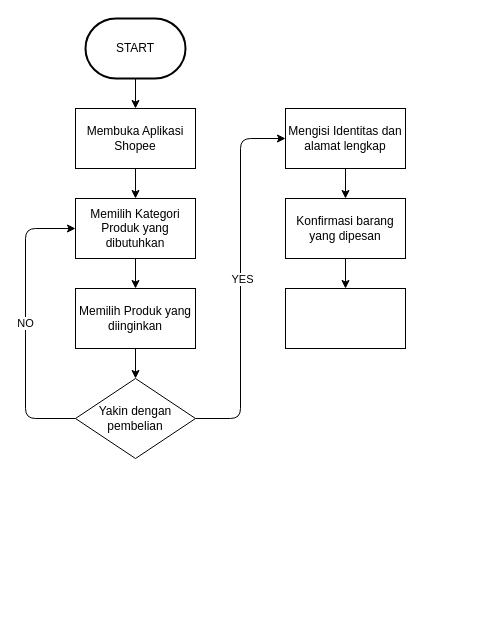
The draw.io diagram flowchart.drawio in AngelicaChristina/Angelica_Christina-Pembelian_Barang_Shopee, before the edit. Source tidied: cells renumbered, new cells numbered last; positions are measured from the earlier drawing's top-left corner, leaving out a move shared by most shapes. Both pictures are drawn from the tidied source at 100%, with x=0, y=0 at pixel (25, 18).
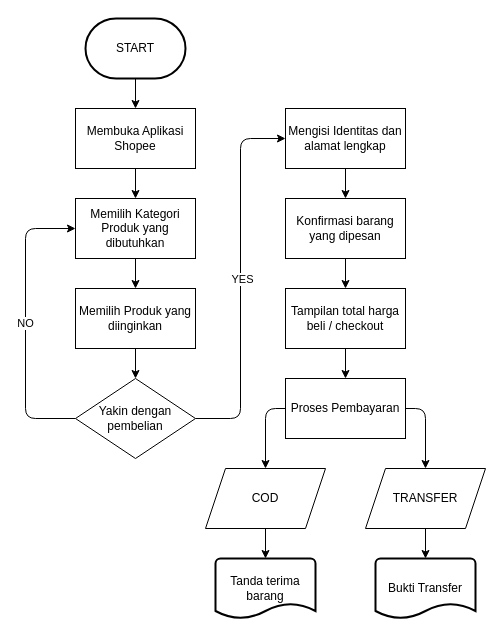
After the change.

Commit message:
Proses Pembayaran dan bukti

What changed in the source:
```diff
@@
+    <mxCell id="19" style="edgeStyle=orthogonalEdgeStyle;html=1;exitX=0.5;exitY=1;exitDx=0;exitDy=0;entryX=0.5;entryY=0;entryDx=0;entryDy=0;" parent="1" edge="1" source="18" target="22">
+      <mxGeometry relative="1" as="geometry" />
+    </mxCell>
-    <mxCell id="18" style="rounded=0;whiteSpace=wrap;html=1;" parent="1" vertex="1">
+    <mxCell id="18" value="Tampilan total harga beli / checkout" style="rounded=0;whiteSpace=wrap;html=1;" parent="1" vertex="1">
       <mxGeometry x="260" y="270" width="120" height="60" as="geometry" />
     </mxCell>
+    <mxCell id="20" style="edgeStyle=orthogonalEdgeStyle;html=1;exitX=1;exitY=0.5;exitDx=0;exitDy=0;entryX=0.5;entryY=0;entryDx=0;entryDy=0;" parent="1" edge="1" source="22" target="26">
+      <mxGeometry relative="1" as="geometry" />
+    </mxCell>
+    <mxCell id="21" style="edgeStyle=orthogonalEdgeStyle;html=1;exitX=0;exitY=0.5;exitDx=0;exitDy=0;entryX=0.5;entryY=0;entryDx=0;entryDy=0;" parent="1" edge="1" source="22" target="24">
+      <mxGeometry relative="1" as="geometry" />
+    </mxCell>
+    <mxCell id="22" value="Proses Pembayaran" style="rounded=0;whiteSpace=wrap;html=1;" parent="1" vertex="1">
+      <mxGeometry x="260" y="360" width="120" height="60" as="geometry" />
+    </mxCell>
+    <mxCell id="23" style="edgeStyle=orthogonalEdgeStyle;html=1;exitX=0.5;exitY=1;exitDx=0;exitDy=0;entryX=0.5;entryY=0;entryDx=0;entryDy=0;entryPerimeter=0;" parent="1" edge="1" source="24" target="27">
+      <mxGeometry relative="1" as="geometry" />
+    </mxCell>
+    <mxCell id="24" value="COD" style="shape=parallelogram;perimeter=parallelogramPerimeter;whiteSpace=wrap;html=1;fixedSize=1;" parent="1" vertex="1">
+      <mxGeometry x="180" y="450" width="120" height="60" as="geometry" />
+    </mxCell>
+    <mxCell id="25" style="edgeStyle=orthogonalEdgeStyle;html=1;exitX=0.5;exitY=1;exitDx=0;exitDy=0;entryX=0.5;entryY=0;entryDx=0;entryDy=0;entryPerimeter=0;" parent="1" edge="1" source="26" target="28">
+      <mxGeometry relative="1" as="geometry" />
+    </mxCell>
+    <mxCell id="26" value="TRANSFER" style="shape=parallelogram;perimeter=parallelogramPerimeter;whiteSpace=wrap;html=1;fixedSize=1;" parent="1" vertex="1">
+      <mxGeometry x="340" y="450" width="120" height="60" as="geometry" />
+    </mxCell>
+    <mxCell id="27" value="Tanda terima barang" style="strokeWidth=2;html=1;shape=mxgraph.flowchart.document2;whiteSpace=wrap;size=0.25;" parent="1" vertex="1">
+      <mxGeometry x="190" y="540" width="100" height="60" as="geometry" />
+    </mxCell>
+    <mxCell id="28" value="Bukti Transfer" style="strokeWidth=2;html=1;shape=mxgraph.flowchart.document2;whiteSpace=wrap;size=0.25;" parent="1" vertex="1">
+      <mxGeometry x="350" y="540" width="100" height="60" as="geometry" />
+    </mxCell>
```
